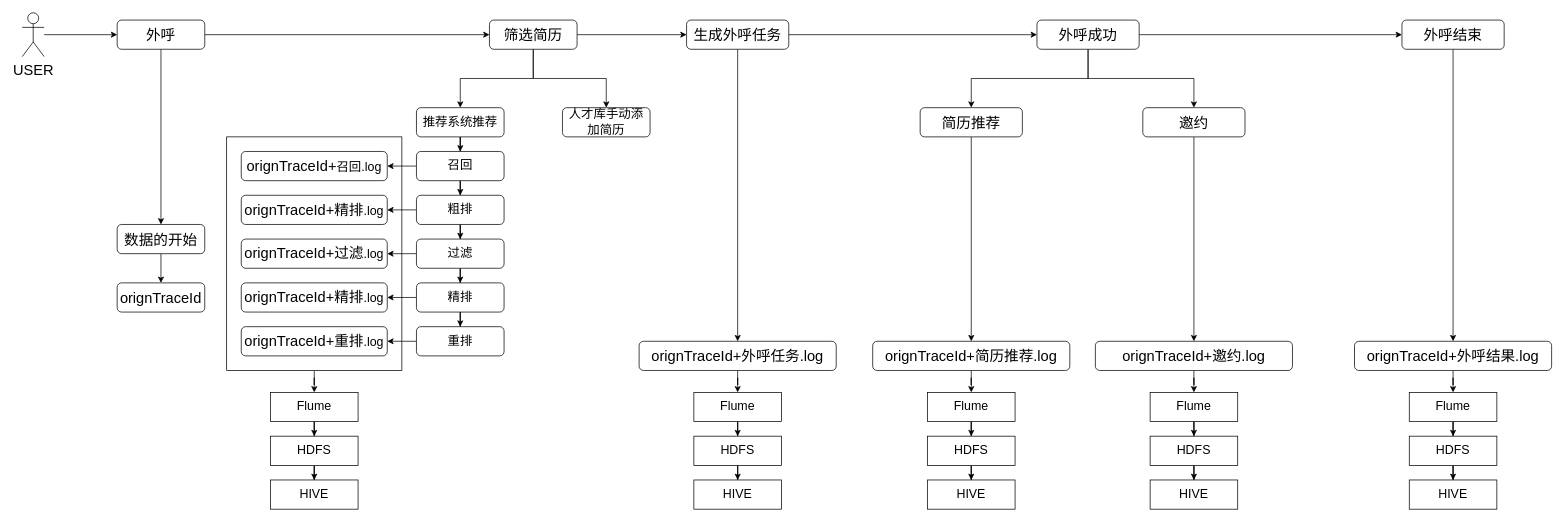
Before: 数据串联.drawio in LuOyEbY/draw-b, a draw.io diagram. Source tidied: cells renumbered, new cells numbered last; positions are measured from the earlier drawing's top-left corner, leaving out a move shared by most shapes. Both pictures are drawn from the tidied source at 73%, with x=0, y=0 at pixel (22, 12).
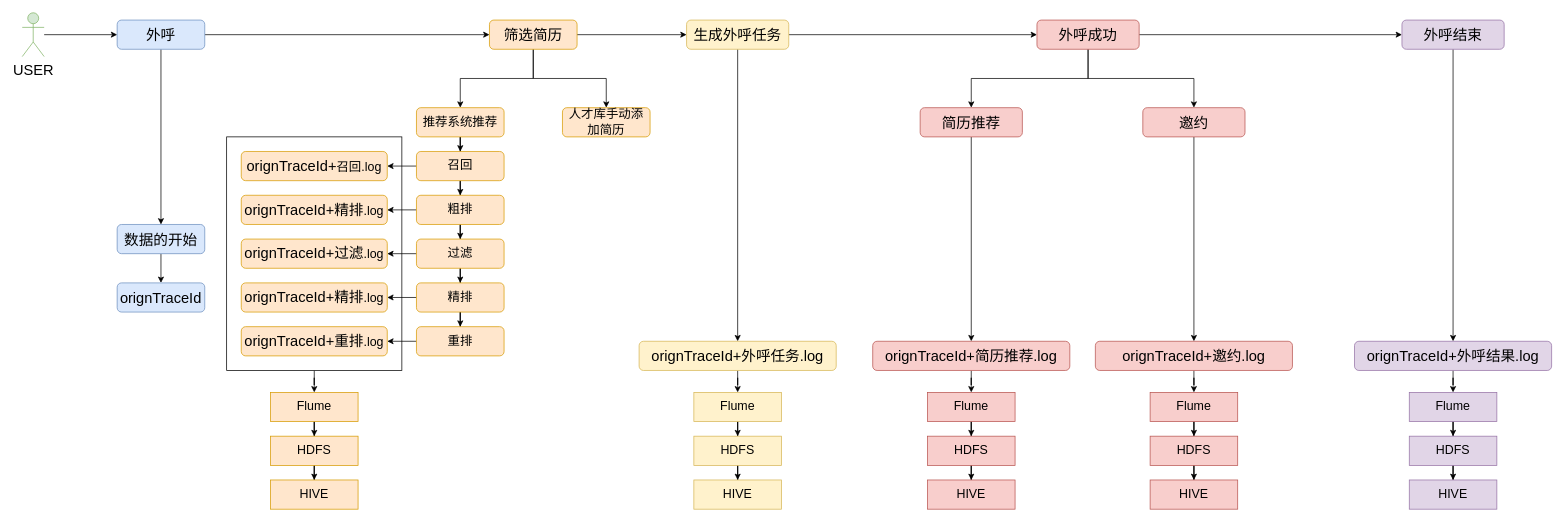
The same diagram, later.

Commit message (it also covers changes not shown here):
更新数据串联.drawio

What changed in the source:
```diff
@@
-    <mxCell id="6" value="外呼" style="rounded=1;whiteSpace=wrap;html=1;fontSize=20;" parent="1" vertex="1">
+    <mxCell id="6" value="外呼" style="rounded=1;whiteSpace=wrap;html=1;fontSize=20;fillColor=#dae8fc;strokeColor=#6c8ebf;" parent="1" vertex="1">
       <mxGeometry x="130" y="10" width="120" height="40" as="geometry" />
     </mxCell>
@@
-    <mxCell id="10" value="筛选简历" style="rounded=1;whiteSpace=wrap;html=1;fontSize=20;" parent="1" vertex="1">
+    <mxCell id="10" value="筛选简历" style="rounded=1;whiteSpace=wrap;html=1;fontSize=20;fillColor=#ffe6cc;strokeColor=#d79b00;" parent="1" vertex="1">
       <mxGeometry x="640" y="10" width="120" height="40" as="geometry" />
     </mxCell>
@@
-    <mxCell id="13" value="生成外呼任务" style="rounded=1;whiteSpace=wrap;html=1;fontSize=20;" parent="1" vertex="1">
+    <mxCell id="13" value="生成外呼任务" style="rounded=1;whiteSpace=wrap;html=1;fontSize=20;fillColor=#fff2cc;strokeColor=#d6b656;" parent="1" vertex="1">
       <mxGeometry x="910" y="10" width="140" height="40" as="geometry" />
     </mxCell>
@@
-    <mxCell id="17" value="外呼成功" style="rounded=1;whiteSpace=wrap;html=1;fontSize=20;" parent="1" vertex="1">
+    <mxCell id="17" value="外呼成功" style="rounded=1;whiteSpace=wrap;html=1;fontSize=20;fillColor=#f8cecc;strokeColor=#b85450;" parent="1" vertex="1">
       <mxGeometry x="1390" y="10" width="140" height="40" as="geometry" />
     </mxCell>
@@
-    <mxCell id="19" value="外呼结束" style="rounded=1;whiteSpace=wrap;html=1;fontSize=20;" parent="1" vertex="1">
+    <mxCell id="19" value="外呼结束" style="rounded=1;whiteSpace=wrap;html=1;fontSize=20;fillColor=#e1d5e7;strokeColor=#9673a6;" parent="1" vertex="1">
       <mxGeometry x="1890" y="10" width="140" height="40" as="geometry" />
     </mxCell>
@@
-    <mxCell id="21" value="USER" style="shape=umlActor;verticalLabelPosition=bottom;verticalAlign=top;html=1;outlineConnect=0;fontSize=20;" parent="1" vertex="1">
+    <mxCell id="21" value="USER" style="shape=umlActor;verticalLabelPosition=bottom;verticalAlign=top;html=1;outlineConnect=0;fontSize=20;fillColor=#d5e8d4;strokeColor=#82b366;" parent="1" vertex="1">
       <mxGeometry width="30" height="60" as="geometry" />
     </mxCell>
@@
-    <mxCell id="23" value="推荐系统推荐" style="rounded=1;whiteSpace=wrap;html=1;fontSize=17;" parent="1" vertex="1">
+    <mxCell id="23" value="推荐系统推荐" style="rounded=1;whiteSpace=wrap;html=1;fontSize=17;fillColor=#ffe6cc;strokeColor=#d79b00;" parent="1" vertex="1">
       <mxGeometry x="540" y="130" width="120" height="40" as="geometry" />
     </mxCell>
-    <mxCell id="24" value="人才库手动添加简历" style="rounded=1;whiteSpace=wrap;html=1;fontSize=17;" parent="1" vertex="1">
+    <mxCell id="24" value="人才库手动添加简历" style="rounded=1;whiteSpace=wrap;html=1;fontSize=17;fillColor=#ffe6cc;strokeColor=#d79b00;" parent="1" vertex="1">
       <mxGeometry x="740" y="130" width="120" height="40" as="geometry" />
     </mxCell>
@@
-    <mxCell id="26" value="数据的开始" style="rounded=1;whiteSpace=wrap;html=1;fontSize=20;" parent="1" vertex="1">
+    <mxCell id="26" value="数据的开始" style="rounded=1;whiteSpace=wrap;html=1;fontSize=20;fillColor=#dae8fc;strokeColor=#6c8ebf;" parent="1" vertex="1">
       <mxGeometry x="130" y="290" width="120" height="40" as="geometry" />
     </mxCell>
@@
-    <mxCell id="28" value="简历推荐" style="rounded=1;whiteSpace=wrap;html=1;fontSize=20;" parent="1" vertex="1">
+    <mxCell id="28" value="简历推荐" style="rounded=1;whiteSpace=wrap;html=1;fontSize=20;fillColor=#f8cecc;strokeColor=#b85450;" parent="1" vertex="1">
       <mxGeometry x="1230" y="130" width="140" height="40" as="geometry" />
     </mxCell>
@@
-    <mxCell id="30" value="邀约" style="rounded=1;whiteSpace=wrap;html=1;fontSize=20;" parent="1" vertex="1">
+    <mxCell id="30" value="邀约" style="rounded=1;whiteSpace=wrap;html=1;fontSize=20;fillColor=#f8cecc;strokeColor=#b85450;" parent="1" vertex="1">
       <mxGeometry x="1535" y="130" width="140" height="40" as="geometry" />
     </mxCell>
-    <mxCell id="31" value="orignTraceId" style="rounded=1;whiteSpace=wrap;html=1;fontSize=20;" parent="1" vertex="1">
+    <mxCell id="31" value="orignTraceId" style="rounded=1;whiteSpace=wrap;html=1;fontSize=20;fillColor=#dae8fc;strokeColor=#6c8ebf;" parent="1" vertex="1">
       <mxGeometry x="130" y="370" width="120" height="40" as="geometry" />
     </mxCell>
@@
-    <mxCell id="34" value="召回" style="rounded=1;whiteSpace=wrap;html=1;fontSize=17;" parent="1" vertex="1">
+    <mxCell id="34" value="召回" style="rounded=1;whiteSpace=wrap;html=1;fontSize=17;fillColor=#ffe6cc;strokeColor=#d79b00;" parent="1" vertex="1">
       <mxGeometry x="540" y="190" width="120" height="40" as="geometry" />
     </mxCell>
@@
-    <mxCell id="37" value="粗排" style="rounded=1;whiteSpace=wrap;html=1;fontSize=17;" parent="1" vertex="1">
+    <mxCell id="37" value="粗排" style="rounded=1;whiteSpace=wrap;html=1;fontSize=17;fillColor=#ffe6cc;strokeColor=#d79b00;" parent="1" vertex="1">
       <mxGeometry x="540" y="250" width="120" height="40" as="geometry" />
     </mxCell>
@@
-    <mxCell id="40" value="过滤" style="rounded=1;whiteSpace=wrap;html=1;fontSize=17;" parent="1" vertex="1">
+    <mxCell id="40" value="过滤" style="rounded=1;whiteSpace=wrap;html=1;fontSize=17;fillColor=#ffe6cc;strokeColor=#d79b00;" parent="1" vertex="1">
       <mxGeometry x="540" y="310" width="120" height="40" as="geometry" />
     </mxCell>
@@
-    <mxCell id="43" value="精排" style="rounded=1;whiteSpace=wrap;html=1;fontSize=17;" parent="1" vertex="1">
+    <mxCell id="43" value="精排" style="rounded=1;whiteSpace=wrap;html=1;fontSize=17;fillColor=#ffe6cc;strokeColor=#d79b00;" parent="1" vertex="1">
       <mxGeometry x="540" y="370" width="120" height="40" as="geometry" />
     </mxCell>
@@
-    <mxCell id="45" value="重排" style="rounded=1;whiteSpace=wrap;html=1;fontSize=17;" parent="1" vertex="1">
+    <mxCell id="45" value="重排" style="rounded=1;whiteSpace=wrap;html=1;fontSize=17;fillColor=#ffe6cc;strokeColor=#d79b00;" parent="1" vertex="1">
       <mxGeometry x="540" y="430" width="120" height="40" as="geometry" />
     </mxCell>
-    <mxCell id="46" value="&lt;span style=&quot;font-size: 20px;&quot;&gt;orignTraceId+&lt;/span&gt;召回.log" style="rounded=1;whiteSpace=wrap;html=1;fontSize=17;" parent="1" vertex="1">
+    <mxCell id="46" value="&lt;span style=&quot;font-size: 20px;&quot;&gt;orignTraceId+&lt;/span&gt;召回.log" style="rounded=1;whiteSpace=wrap;html=1;fontSize=17;fillColor=#ffe6cc;strokeColor=#d79b00;" parent="1" vertex="1">
       <mxGeometry x="300" y="190" width="200" height="40" as="geometry" />
     </mxCell>
-    <mxCell id="47" value="&lt;span style=&quot;font-size: 20px;&quot;&gt;orignTraceId+精排&lt;/span&gt;.log" style="rounded=1;whiteSpace=wrap;html=1;fontSize=17;" parent="1" vertex="1">
+    <mxCell id="47" value="&lt;span style=&quot;font-size: 20px;&quot;&gt;orignTraceId+精排&lt;/span&gt;.log" style="rounded=1;whiteSpace=wrap;html=1;fontSize=17;fillColor=#ffe6cc;strokeColor=#d79b00;" parent="1" vertex="1">
       <mxGeometry x="300" y="250" width="200" height="40" as="geometry" />
     </mxCell>
-    <mxCell id="48" value="&lt;span style=&quot;font-size: 20px;&quot;&gt;orignTraceId+过滤&lt;/span&gt;.log" style="rounded=1;whiteSpace=wrap;html=1;fontSize=17;" parent="1" vertex="1">
+    <mxCell id="48" value="&lt;span style=&quot;font-size: 20px;&quot;&gt;orignTraceId+过滤&lt;/span&gt;.log" style="rounded=1;whiteSpace=wrap;html=1;fontSize=17;fillColor=#ffe6cc;strokeColor=#d79b00;" parent="1" vertex="1">
       <mxGeometry x="300" y="310" width="200" height="40" as="geometry" />
     </mxCell>
-    <mxCell id="49" value="&lt;span style=&quot;font-size: 20px;&quot;&gt;orignTraceId+精排&lt;/span&gt;.log" style="rounded=1;whiteSpace=wrap;html=1;fontSize=17;" parent="1" vertex="1">
+    <mxCell id="49" value="&lt;span style=&quot;font-size: 20px;&quot;&gt;orignTraceId+精排&lt;/span&gt;.log" style="rounded=1;whiteSpace=wrap;html=1;fontSize=17;fillColor=#ffe6cc;strokeColor=#d79b00;" parent="1" vertex="1">
       <mxGeometry x="300" y="370" width="200" height="40" as="geometry" />
     </mxCell>
-    <mxCell id="50" value="&lt;span style=&quot;font-size: 20px;&quot;&gt;orignTraceId+重排&lt;/span&gt;.log" style="rounded=1;whiteSpace=wrap;html=1;fontSize=17;" parent="1" vertex="1">
+    <mxCell id="50" value="&lt;span style=&quot;font-size: 20px;&quot;&gt;orignTraceId+重排&lt;/span&gt;.log" style="rounded=1;whiteSpace=wrap;html=1;fontSize=17;fillColor=#ffe6cc;strokeColor=#d79b00;" parent="1" vertex="1">
       <mxGeometry x="300" y="430" width="200" height="40" as="geometry" />
     </mxCell>
@@
-    <mxCell id="52" value="Flume" style="whiteSpace=wrap;html=1;fontSize=17;rounded=0;" parent="1" vertex="1">
+    <mxCell id="52" value="Flume" style="whiteSpace=wrap;html=1;fontSize=17;rounded=0;fillColor=#ffe6cc;strokeColor=#d79b00;" parent="1" vertex="1">
       <mxGeometry x="340" y="520" width="120" height="40" as="geometry" />
     </mxCell>
@@
-    <mxCell id="54" value="HDFS" style="whiteSpace=wrap;html=1;fontSize=17;rounded=0;" parent="1" vertex="1">
+    <mxCell id="54" value="HDFS" style="whiteSpace=wrap;html=1;fontSize=17;rounded=0;fillColor=#ffe6cc;strokeColor=#d79b00;" parent="1" vertex="1">
       <mxGeometry x="340" y="580" width="120" height="40" as="geometry" />
     </mxCell>
-    <mxCell id="55" value="HIVE" style="whiteSpace=wrap;html=1;fontSize=17;rounded=0;" parent="1" vertex="1">
+    <mxCell id="55" value="HIVE" style="whiteSpace=wrap;html=1;fontSize=17;rounded=0;fillColor=#ffe6cc;strokeColor=#d79b00;" parent="1" vertex="1">
       <mxGeometry x="340" y="640" width="120" height="40" as="geometry" />
     </mxCell>
@@
-    <mxCell id="57" value="orignTraceId+外呼任务.log" style="rounded=1;whiteSpace=wrap;html=1;fontSize=20;" parent="1" vertex="1">
+    <mxCell id="57" value="orignTraceId+外呼任务.log" style="rounded=1;whiteSpace=wrap;html=1;fontSize=20;fillColor=#fff2cc;strokeColor=#d6b656;" parent="1" vertex="1">
       <mxGeometry x="845" y="450" width="270" height="40" as="geometry" />
     </mxCell>
@@
-    <mxCell id="59" value="Flume" style="whiteSpace=wrap;html=1;fontSize=17;rounded=0;" parent="1" vertex="1">
+    <mxCell id="59" value="Flume" style="whiteSpace=wrap;html=1;fontSize=17;rounded=0;fillColor=#fff2cc;strokeColor=#d6b656;" parent="1" vertex="1">
       <mxGeometry x="920" y="520" width="120" height="40" as="geometry" />
     </mxCell>
@@
-    <mxCell id="61" value="HDFS" style="whiteSpace=wrap;html=1;fontSize=17;rounded=0;" parent="1" vertex="1">
+    <mxCell id="61" value="HDFS" style="whiteSpace=wrap;html=1;fontSize=17;rounded=0;fillColor=#fff2cc;strokeColor=#d6b656;" parent="1" vertex="1">
       <mxGeometry x="920" y="580" width="120" height="40" as="geometry" />
     </mxCell>
-    <mxCell id="62" value="HIVE" style="whiteSpace=wrap;html=1;fontSize=17;rounded=0;" parent="1" vertex="1">
+    <mxCell id="62" value="HIVE" style="whiteSpace=wrap;html=1;fontSize=17;rounded=0;fillColor=#fff2cc;strokeColor=#d6b656;" parent="1" vertex="1">
       <mxGeometry x="920" y="640" width="120" height="40" as="geometry" />
     </mxCell>
@@
-    <mxCell id="64" value="orignTraceId+简历推荐.log" style="rounded=1;whiteSpace=wrap;html=1;fontSize=20;" parent="1" vertex="1">
+    <mxCell id="64" value="orignTraceId+简历推荐.log" style="rounded=1;whiteSpace=wrap;html=1;fontSize=20;fillColor=#f8cecc;strokeColor=#b85450;" parent="1" vertex="1">
       <mxGeometry x="1165" y="450" width="270" height="40" as="geometry" />
     </mxCell>
@@
-    <mxCell id="66" value="Flume" style="whiteSpace=wrap;html=1;fontSize=17;rounded=0;" parent="1" vertex="1">
+    <mxCell id="66" value="Flume" style="whiteSpace=wrap;html=1;fontSize=17;rounded=0;fillColor=#f8cecc;strokeColor=#b85450;" parent="1" vertex="1">
       <mxGeometry x="1240" y="520" width="120" height="40" as="geometry" />
     </mxCell>
@@
-    <mxCell id="68" value="HDFS" style="whiteSpace=wrap;html=1;fontSize=17;rounded=0;" parent="1" vertex="1">
+    <mxCell id="68" value="HDFS" style="whiteSpace=wrap;html=1;fontSize=17;rounded=0;fillColor=#f8cecc;strokeColor=#b85450;" parent="1" vertex="1">
       <mxGeometry x="1240" y="580" width="120" height="40" as="geometry" />
     </mxCell>
-    <mxCell id="69" value="HIVE" style="whiteSpace=wrap;html=1;fontSize=17;rounded=0;" parent="1" vertex="1">
+    <mxCell id="69" value="HIVE" style="whiteSpace=wrap;html=1;fontSize=17;rounded=0;fillColor=#f8cecc;strokeColor=#b85450;" parent="1" vertex="1">
       <mxGeometry x="1240" y="640" width="120" height="40" as="geometry" />
     </mxCell>
@@
-    <mxCell id="71" value="orignTraceId+邀约.log" style="rounded=1;whiteSpace=wrap;html=1;fontSize=20;" parent="1" vertex="1">
+    <mxCell id="71" value="orignTraceId+邀约.log" style="rounded=1;whiteSpace=wrap;html=1;fontSize=20;fillColor=#f8cecc;strokeColor=#b85450;" parent="1" vertex="1">
       <mxGeometry x="1470" y="450" width="270" height="40" as="geometry" />
     </mxCell>
@@
-    <mxCell id="73" value="Flume" style="whiteSpace=wrap;html=1;fontSize=17;rounded=0;" parent="1" vertex="1">
+    <mxCell id="73" value="Flume" style="whiteSpace=wrap;html=1;fontSize=17;rounded=0;fillColor=#f8cecc;strokeColor=#b85450;" parent="1" vertex="1">
       <mxGeometry x="1545" y="520" width="120" height="40" as="geometry" />
     </mxCell>
@@
-    <mxCell id="75" value="HDFS" style="whiteSpace=wrap;html=1;fontSize=17;rounded=0;" parent="1" vertex="1">
+    <mxCell id="75" value="HDFS" style="whiteSpace=wrap;html=1;fontSize=17;rounded=0;fillColor=#f8cecc;strokeColor=#b85450;" parent="1" vertex="1">
       <mxGeometry x="1545" y="580" width="120" height="40" as="geometry" />
     </mxCell>
-    <mxCell id="76" value="HIVE" style="whiteSpace=wrap;html=1;fontSize=17;rounded=0;" parent="1" vertex="1">
+    <mxCell id="76" value="HIVE" style="whiteSpace=wrap;html=1;fontSize=17;rounded=0;fillColor=#f8cecc;strokeColor=#b85450;" parent="1" vertex="1">
       <mxGeometry x="1545" y="640" width="120" height="40" as="geometry" />
     </mxCell>
@@
-    <mxCell id="78" value="orignTraceId+外呼结果.log" style="rounded=1;whiteSpace=wrap;html=1;fontSize=20;" parent="1" vertex="1">
+    <mxCell id="78" value="orignTraceId+外呼结果.log" style="rounded=1;whiteSpace=wrap;html=1;fontSize=20;fillColor=#e1d5e7;strokeColor=#9673a6;" parent="1" vertex="1">
       <mxGeometry x="1825" y="450" width="270" height="40" as="geometry" />
     </mxCell>
@@
-    <mxCell id="80" value="Flume" style="whiteSpace=wrap;html=1;fontSize=17;rounded=0;" parent="1" vertex="1">
+    <mxCell id="80" value="Flume" style="whiteSpace=wrap;html=1;fontSize=17;rounded=0;fillColor=#e1d5e7;strokeColor=#9673a6;" parent="1" vertex="1">
       <mxGeometry x="1900" y="520" width="120" height="40" as="geometry" />
     </mxCell>
@@
-    <mxCell id="82" value="HDFS" style="whiteSpace=wrap;html=1;fontSize=17;rounded=0;" parent="1" vertex="1">
+    <mxCell id="82" value="HDFS" style="whiteSpace=wrap;html=1;fontSize=17;rounded=0;fillColor=#e1d5e7;strokeColor=#9673a6;" parent="1" vertex="1">
       <mxGeometry x="1900" y="580" width="120" height="40" as="geometry" />
     </mxCell>
-    <mxCell id="83" value="HIVE" style="whiteSpace=wrap;html=1;fontSize=17;rounded=0;" parent="1" vertex="1">
+    <mxCell id="83" value="HIVE" style="whiteSpace=wrap;html=1;fontSize=17;rounded=0;fillColor=#e1d5e7;strokeColor=#9673a6;" parent="1" vertex="1">
       <mxGeometry x="1900" y="640" width="120" height="40" as="geometry" />
     </mxCell>
```
